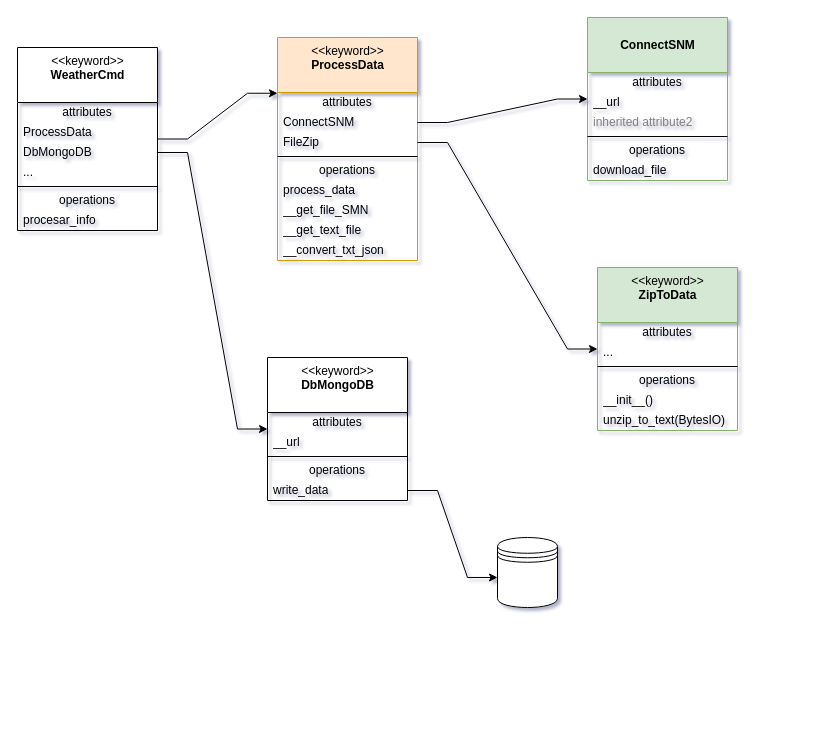
Before: page "Page-2" (2 of 3) of diagram.drawio in mejor0108/weather-process, a draw.io diagram. Source tidied: cells renumbered, new cells numbered last; positions are measured from the earlier drawing's top-left corner, leaving out a move shared by most shapes. Both pictures are drawn from the tidied source at 100%, with x=0, y=0 at pixel (17, 17).
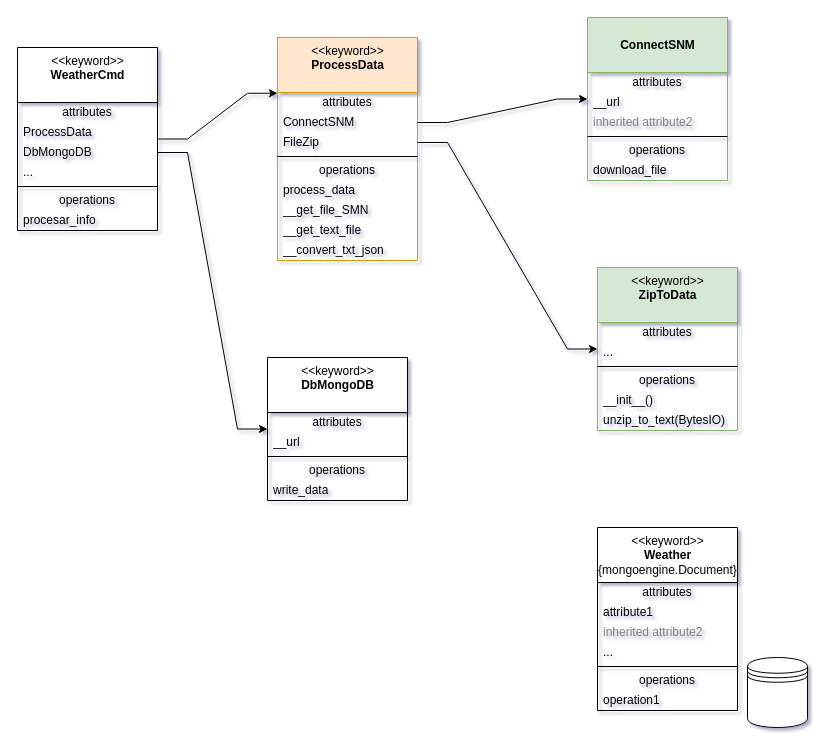
The same diagram, later.

Unchanged cells that the change refers to:
```xml
<mxCell id="42" value="write_data" style="text;html=1;strokeColor=none;fillColor=none;align=left;verticalAlign=middle;spacingLeft=4;spacingRight=4;overflow=hidden;points=[[0,0.5],[1,0.5]];portConstraint=eastwest;" parent="37" vertex="1">
  <mxGeometry y="123" width="140" height="20" as="geometry" />
</mxCell>
```

What changed in the source:
```diff
@@
     <mxCell id="44" style="shape=datastore;whiteSpace=wrap;html=1;fillColor=#ffffff;fontColor=#000000;" parent="1" vertex="1">
-      <mxGeometry x="480" y="520" width="60" height="70" as="geometry" />
+      <mxGeometry x="730" y="640" width="60" height="70" as="geometry" />
     </mxCell>
-    <mxCell id="45" style="edgeStyle=entityRelationEdgeStyle;rounded=0;jettySize=auto;html=1;entryX=0;entryY=0.571;entryDx=0;entryDy=0;fontColor=#000000;entryPerimeter=0;" parent="1" edge="1" source="42" target="44">
-      <mxGeometry relative="1" as="geometry" />
-    </mxCell>
+    <mxCell id="46" value="&amp;lt;&amp;lt;keyword&amp;gt;&amp;gt;&lt;br&gt;&lt;b&gt;Weather&lt;/b&gt;&lt;br&gt;{mongoengine.Document}" style="swimlane;fontStyle=0;align=center;verticalAlign=top;horizontal=1;startSize=55;html=1;" parent="1" vertex="1">
+      <mxGeometry x="580" y="510" width="140" height="183" as="geometry" />
+    </mxCell>
+    <mxCell id="47" value="attributes" style="text;html=1;strokeColor=none;fillColor=none;align=center;verticalAlign=middle;spacingLeft=4;spacingRight=4;overflow=hidden;" parent="46" vertex="1">
+      <mxGeometry y="55" width="140" height="20" as="geometry" />
+    </mxCell>
+    <mxCell id="48" value="attribute1" style="text;html=1;strokeColor=none;fillColor=none;align=left;verticalAlign=middle;spacingLeft=4;spacingRight=4;overflow=hidden;" parent="46" vertex="1">
+      <mxGeometry y="75" width="140" height="20" as="geometry" />
+    </mxCell>
+    <mxCell id="49" value="inherited attribute2" style="text;html=1;strokeColor=none;fillColor=none;align=left;verticalAlign=middle;spacingLeft=4;spacingRight=4;overflow=hidden;fontColor=#808080;" parent="46" vertex="1">
+      <mxGeometry y="95" width="140" height="20" as="geometry" />
+    </mxCell>
+    <mxCell id="50" value="..." style="text;html=1;strokeColor=none;fillColor=none;align=left;verticalAlign=middle;spacingLeft=4;spacingRight=4;overflow=hidden;" parent="46" vertex="1">
+      <mxGeometry y="115" width="140" height="20" as="geometry" />
+    </mxCell>
+    <mxCell id="51" style="line;strokeWidth=1;fillColor=none;align=left;verticalAlign=middle;spacingTop=-1;spacingLeft=3;spacingRight=3;labelPosition=right;" parent="46" vertex="1">
+      <mxGeometry y="135" width="140" height="8" as="geometry" />
+    </mxCell>
+    <mxCell id="52" value="operations" style="text;html=1;strokeColor=none;fillColor=none;align=center;verticalAlign=middle;spacingLeft=4;spacingRight=4;overflow=hidden;" parent="46" vertex="1">
+      <mxGeometry y="143" width="140" height="20" as="geometry" />
+    </mxCell>
+    <mxCell id="53" value="operation1" style="text;html=1;strokeColor=none;fillColor=none;align=left;verticalAlign=middle;spacingLeft=4;spacingRight=4;overflow=hidden;" parent="46" vertex="1">
+      <mxGeometry y="163" width="140" height="20" as="geometry" />
+    </mxCell>
```
